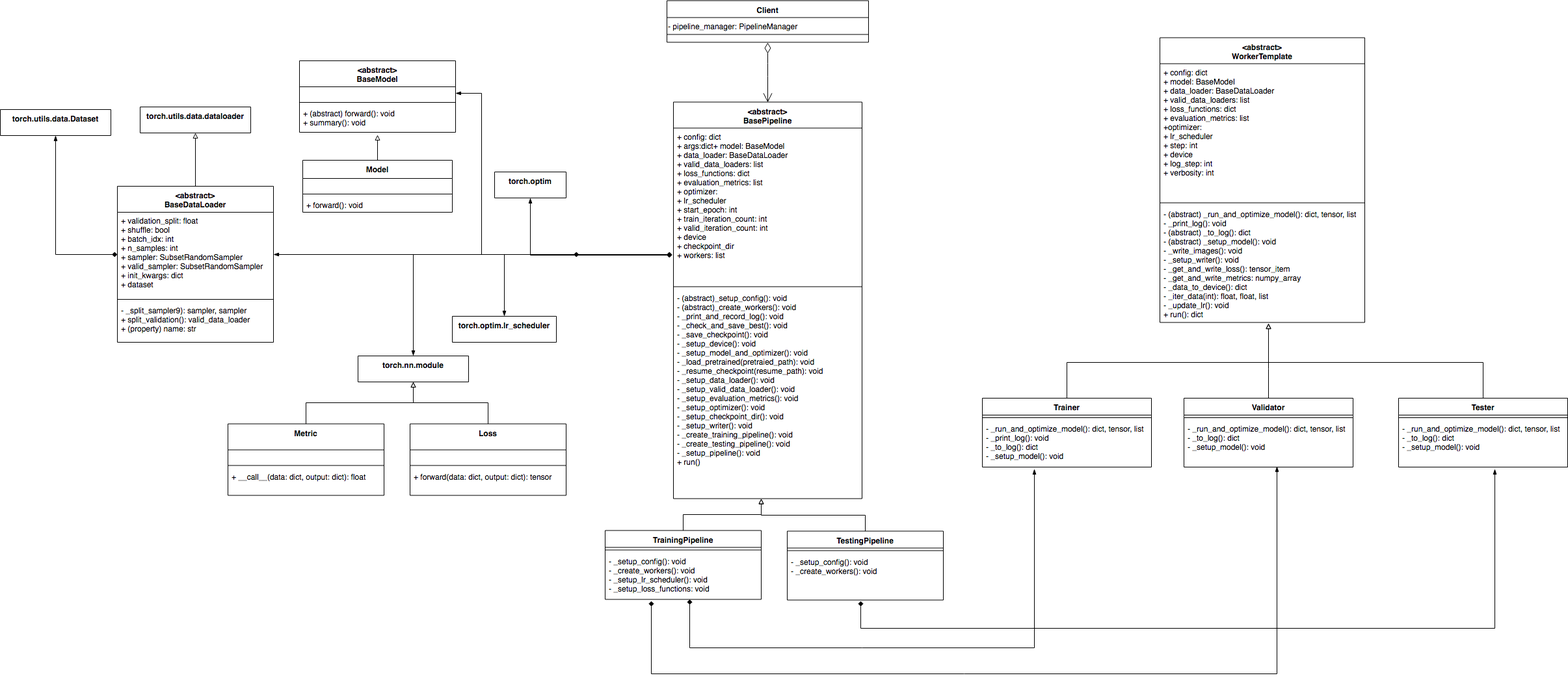
Before: doc/PytorchTemplate-initialDesgin.png, a diagram exported from draw.io (ntubiolin/xcos). Source tidied: cells renumbered, new cells last; positions are measured from the earlier drawing's top-left corner, leaving out a move shared by most shapes.
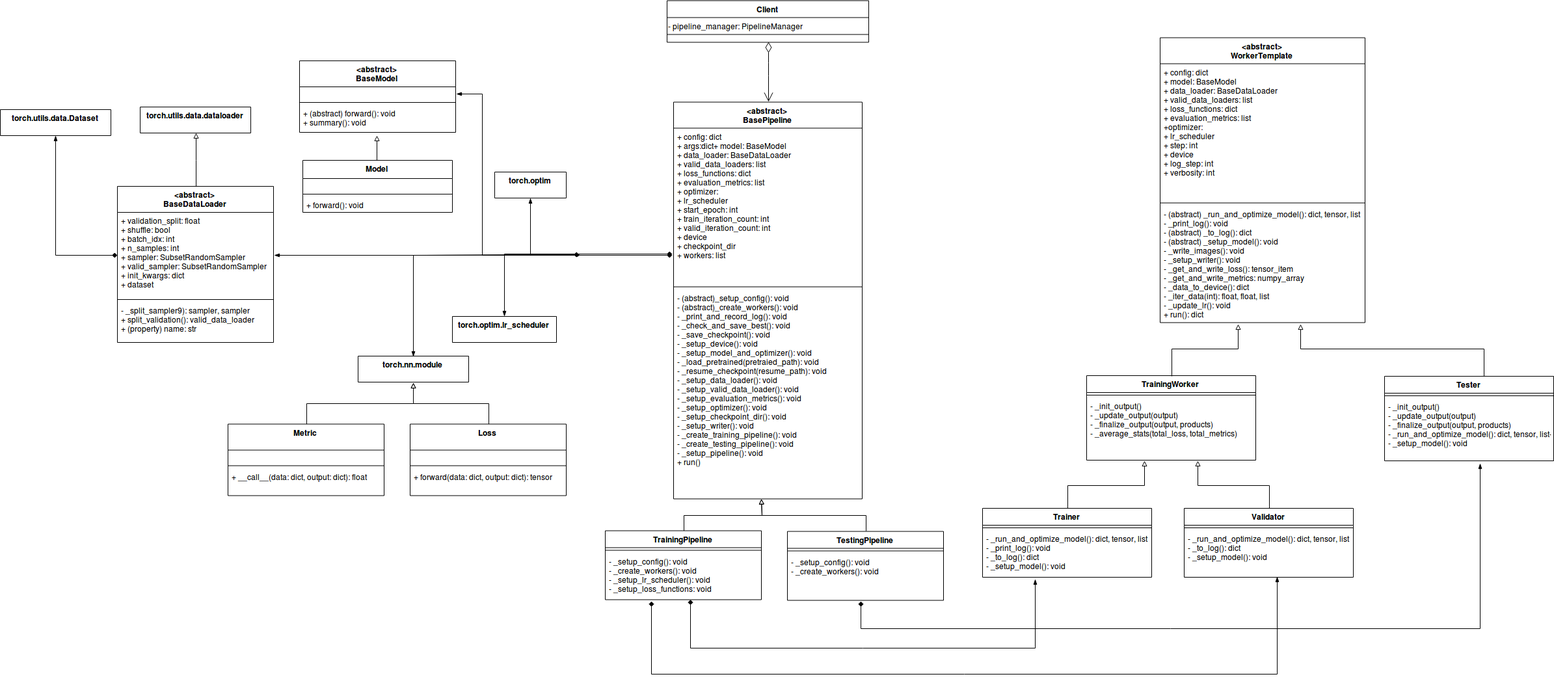
After the change.

Commit message:
Update class diagram: add TrainingWorker

Change to the diagram source:
```diff
@@ -71,16 +71,16 @@
     <mxCell id="21" value="- (abstract) _run_and_optimize_model(): dict, tensor, list&#10;- _print_log(): void&#10;- (abstract) _to_log(): dict&#10;- (abstract) _setup_model(): void&#10;- _write_images(): void&#10;- _setup_writer(): void&#10;- _get_and_write_loss(): tensor_item&#10;- _get_and_write_metrics: numpy_array&#10;- _data_to_device(): dict&#10;- _iter_data(int): float, float, list&#10;- _update_lr(): void&#10;+ run(): dict&#10;&#10;" style="text;strokeColor=none;fillColor=none;align=left;verticalAlign=top;spacingLeft=4;spacingRight=4;overflow=hidden;points=[[0,0.5],[1,0.5]];portConstraint=eastwest;" parent="18" vertex="1">
       <mxGeometry y="258" width="315" height="180" as="geometry" />
     </mxCell>
-    <mxCell id="22" style="edgeStyle=orthogonalEdgeStyle;rounded=0;jettySize=auto;html=1;exitX=0.5;exitY=0;exitDx=0;exitDy=0;entryX=0.53;entryY=1.006;entryDx=0;entryDy=0;entryPerimeter=0;startArrow=none;startFill=0;endArrow=block;endFill=0;" parent="1" edge="1" source="23" target="21">
+    <mxCell id="22" style="edgeStyle=orthogonalEdgeStyle;rounded=0;jettySize=auto;html=1;exitX=0.5;exitY=0;exitDx=0;exitDy=0;entryX=0.342;entryY=1.01;entryDx=0;entryDy=0;entryPerimeter=0;startArrow=none;startFill=0;endArrow=block;endFill=0;" parent="1" edge="1" source="23" target="74">
       <mxGeometry relative="1" as="geometry">
         <Array as="points">
-          <mxPoint x="1640" y="556.5" />
-          <mxPoint x="1950" y="556.5" />
+          <mxPoint x="1640" y="746" />
+          <mxPoint x="1759" y="746" />
         </Array>
       </mxGeometry>
     </mxCell>
     <mxCell id="23" value="Trainer" style="swimlane;fontStyle=1;align=center;verticalAlign=top;horizontal=1;startSize=26;" parent="1" vertex="1">
-      <mxGeometry x="1510" y="612" width="260" height="106" as="geometry" />
+      <mxGeometry x="1510" y="781" width="260" height="106" as="geometry" />
     </mxCell>
     <mxCell id="24" style="line;strokeWidth=1;fillColor=none;align=left;verticalAlign=middle;spacingTop=-1;spacingLeft=3;spacingRight=3;labelPosition=right;" parent="23" vertex="1">
       <mxGeometry y="26" width="260" height="8" as="geometry" />
@@ -88,16 +88,16 @@
     <mxCell id="25" value="- _run_and_optimize_model(): dict, tensor, list&#10;- _print_log(): void&#10;- _to_log(): dict&#10;- _setup_model(): void" style="text;strokeColor=none;fillColor=none;align=left;verticalAlign=top;spacingLeft=4;spacingRight=4;overflow=hidden;points=[[0,0.5],[1,0.5]];portConstraint=eastwest;" parent="23" vertex="1">
       <mxGeometry y="34" width="260" height="72" as="geometry" />
     </mxCell>
-    <mxCell id="26" style="edgeStyle=orthogonalEdgeStyle;rounded=0;jettySize=auto;html=1;exitX=0.5;exitY=0;exitDx=0;exitDy=0;entryX=0.53;entryY=1.006;entryDx=0;entryDy=0;entryPerimeter=0;startArrow=none;startFill=0;endArrow=block;endFill=0;" parent="1" edge="1" source="27" target="21">
+    <mxCell id="26" style="edgeStyle=orthogonalEdgeStyle;rounded=0;jettySize=auto;html=1;exitX=0.5;exitY=0;exitDx=0;exitDy=0;startArrow=none;startFill=0;endArrow=block;endFill=0;entryX=0.654;entryY=1.01;entryDx=0;entryDy=0;entryPerimeter=0;" parent="1" edge="1" source="27" target="74">
       <mxGeometry relative="1" as="geometry">
         <Array as="points">
-          <mxPoint x="1950" y="566.5" />
-          <mxPoint x="1950" y="566.5" />
+          <mxPoint x="1950" y="746" />
+          <mxPoint x="1840" y="746" />
         </Array>
       </mxGeometry>
     </mxCell>
     <mxCell id="27" value="Validator" style="swimlane;fontStyle=1;align=center;verticalAlign=top;horizontal=1;startSize=26;" parent="1" vertex="1">
-      <mxGeometry x="1820" y="612" width="260" height="106" as="geometry" />
+      <mxGeometry x="1820" y="781" width="260" height="106" as="geometry" />
     </mxCell>
     <mxCell id="28" style="line;strokeWidth=1;fillColor=none;align=left;verticalAlign=middle;spacingTop=-1;spacingLeft=3;spacingRight=3;labelPosition=right;" parent="27" vertex="1">
       <mxGeometry y="26" width="260" height="8" as="geometry" />
@@ -105,23 +105,22 @@
     <mxCell id="29" value="- _run_and_optimize_model(): dict, tensor, list&#10;- _to_log(): dict&#10;- _setup_model(): void" style="text;strokeColor=none;fillColor=none;align=left;verticalAlign=top;spacingLeft=4;spacingRight=4;overflow=hidden;points=[[0,0.5],[1,0.5]];portConstraint=eastwest;" parent="27" vertex="1">
       <mxGeometry y="34" width="260" height="72" as="geometry" />
     </mxCell>
-    <mxCell id="30" style="edgeStyle=orthogonalEdgeStyle;rounded=0;jettySize=auto;html=1;exitX=0.5;exitY=0;exitDx=0;exitDy=0;startArrow=none;startFill=0;endArrow=block;endFill=0;" parent="1" edge="1" source="31">
+    <mxCell id="30" style="edgeStyle=orthogonalEdgeStyle;rounded=0;jettySize=auto;html=1;exitX=0.5;exitY=0;exitDx=0;exitDy=0;startArrow=none;startFill=0;endArrow=block;endFill=0;entryX=0.686;entryY=1.014;entryDx=0;entryDy=0;entryPerimeter=0;" parent="1" edge="1" source="31" target="21">
       <mxGeometry relative="1" as="geometry">
-        <mxPoint x="1950" y="496.5" as="targetPoint" />
         <Array as="points">
-          <mxPoint x="2280" y="556.5" />
-          <mxPoint x="1950" y="556.5" />
+          <mxPoint x="2280" y="536" />
+          <mxPoint x="1999" y="536" />
         </Array>
       </mxGeometry>
     </mxCell>
     <mxCell id="31" value="Tester" style="swimlane;fontStyle=1;align=center;verticalAlign=top;horizontal=1;startSize=26;" parent="1" vertex="1">
-      <mxGeometry x="2150" y="612" width="260" height="106" as="geometry" />
+      <mxGeometry x="2128" y="578" width="260" height="130" as="geometry" />
     </mxCell>
     <mxCell id="32" style="line;strokeWidth=1;fillColor=none;align=left;verticalAlign=middle;spacingTop=-1;spacingLeft=3;spacingRight=3;labelPosition=right;" parent="31" vertex="1">
       <mxGeometry y="26" width="260" height="8" as="geometry" />
     </mxCell>
-    <mxCell id="33" value="- _run_and_optimize_model(): dict, tensor, list&#10;- _to_log(): dict&#10;- _setup_model(): void" style="text;strokeColor=none;fillColor=none;align=left;verticalAlign=top;spacingLeft=4;spacingRight=4;overflow=hidden;points=[[0,0.5],[1,0.5]];portConstraint=eastwest;" parent="31" vertex="1">
-      <mxGeometry y="34" width="260" height="72" as="geometry" />
+    <mxCell id="33" value="- _init_output()&#10;- _update_output(output)&#10;- _finalize_output(output, products)&#10;- _run_and_optimize_model(): dict, tensor, list- _to_log(): dict&#10;- _setup_model(): void" style="text;strokeColor=none;fillColor=none;align=left;verticalAlign=top;spacingLeft=4;spacingRight=4;overflow=hidden;points=[[0,0.5],[1,0.5]];portConstraint=eastwest;" parent="31" vertex="1">
+      <mxGeometry y="34" width="260" height="96" as="geometry" />
     </mxCell>
     <mxCell id="34" value="&lt;abstract&gt;&#10;BaseModel" style="swimlane;fontStyle=1;align=center;verticalAlign=top;horizontal=1;startSize=40;" parent="1" vertex="1">
       <mxGeometry x="460" y="93" width="240" height="110" as="geometry" />
@@ -231,7 +230,7 @@
       <mxGeometry relative="1" as="geometry">
         <Array as="points">
           <mxPoint x="1323" y="966" />
-          <mxPoint x="2298" y="966" />
+          <mxPoint x="2275" y="966" />
         </Array>
       </mxGeometry>
     </mxCell>
@@ -262,5 +261,22 @@
     <mxCell id="71" style="edgeStyle=orthogonalEdgeStyle;rounded=0;jettySize=auto;html=1;exitX=-0.007;exitY=0.81;exitDx=0;exitDy=0;entryX=0.5;entryY=0;entryDx=0;entryDy=0;startArrow=diamond;startFill=1;endArrow=blockThin;endFill=1;exitPerimeter=0;" parent="1" edge="1" source="7" target="70">
       <mxGeometry relative="1" as="geometry" />
     </mxCell>
+    <mxCell id="72" value="TrainingWorker" style="swimlane;fontStyle=1;align=center;verticalAlign=top;horizontal=1;startSize=26;" parent="1" vertex="1">
+      <mxGeometry x="1670" y="577" width="260" height="130" as="geometry" />
+    </mxCell>
+    <mxCell id="73" style="line;strokeWidth=1;fillColor=none;align=left;verticalAlign=middle;spacingTop=-1;spacingLeft=3;spacingRight=3;labelPosition=right;" parent="72" vertex="1">
+      <mxGeometry y="26" width="260" height="8" as="geometry" />
+    </mxCell>
+    <mxCell id="74" value="- _init_output()&#10;- _update_output(output)&#10;- _finalize_output(output, products)&#10;- _average_stats(total_loss, total_metrics)&#10;" style="text;strokeColor=none;fillColor=none;align=left;verticalAlign=top;spacingLeft=4;spacingRight=4;overflow=hidden;points=[[0,0.5],[1,0.5]];portConstraint=eastwest;" parent="72" vertex="1">
+      <mxGeometry y="34" width="260" height="96" as="geometry" />
+    </mxCell>
+    <mxCell id="75" style="edgeStyle=orthogonalEdgeStyle;rounded=0;jettySize=auto;html=1;exitX=0.5;exitY=0;exitDx=0;exitDy=0;entryX=0.381;entryY=1.014;entryDx=0;entryDy=0;entryPerimeter=0;startArrow=none;startFill=0;endArrow=block;endFill=0;" parent="1" edge="1" source="72" target="21">
+      <mxGeometry relative="1" as="geometry">
+        <Array as="points">
+          <mxPoint x="1800" y="536" />
+          <mxPoint x="1903" y="536" />
+        </Array>
+      </mxGeometry>
+    </mxCell>
   </root>
 </mxGraphModel>
```
